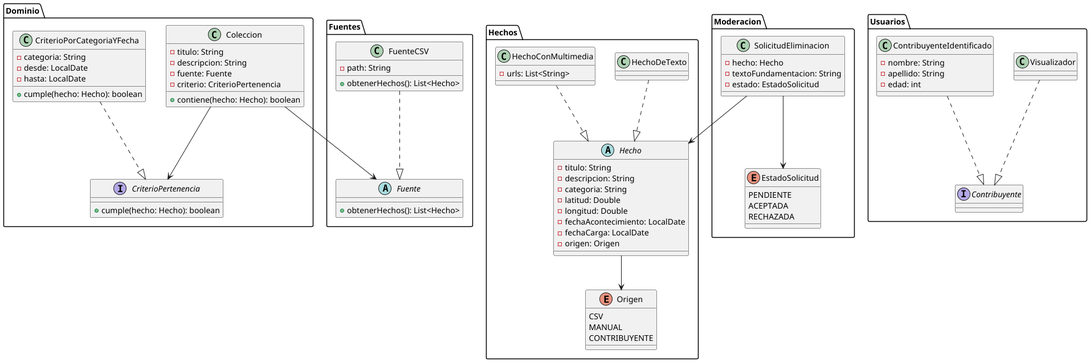
Above: Diagramas/package.png in ValentinVilla/tpa-diseno-sistemas-2025 (PlantUML), before the change.
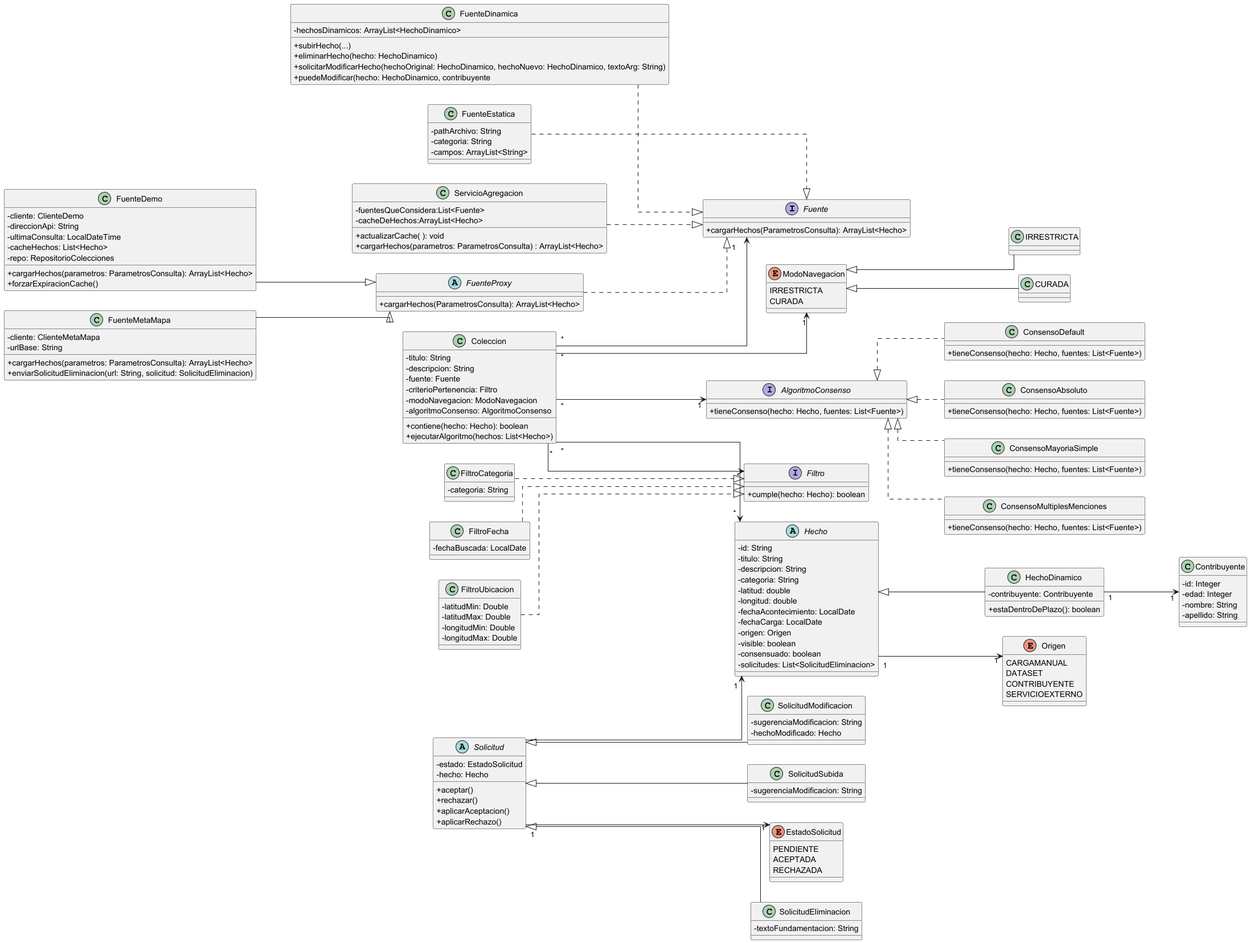
The same diagram one commit later.

Commit message:
actualizacion diagramas

Change to the diagram source:
```diff
@@ -1,101 +1,206 @@
-@startuml package
+@startuml
+skinparam classAttributeIconSize 0
+left to right direction
+skinparam linetype ortho
 
-package "Dominio" {
-  class Coleccion {
-    - titulo: String
-    - descripcion: String
-    - fuente: Fuente
-    - criterio: CriterioPertenencia
-    + contiene(hecho: Hecho): boolean
-  }
-
-  interface CriterioPertenencia {
-    + cumple(hecho: Hecho): boolean
-  }
-
-  class CriterioPorCategoriaYFecha {
-    - categoria: String
-    - desde: LocalDate
-    - hasta: LocalDate
-    + cumple(hecho: Hecho): boolean
-  }
-
-  CriterioPorCategoriaYFecha ..|> CriterioPertenencia
-  Coleccion --> CriterioPertenencia
+interface Fuente {
+  + cargarHechos(ParametrosConsulta): ArrayList<Hecho>
 }
 
-package "Hechos" {
-  abstract class Hecho {
-    - titulo: String
-    - descripcion: String
-    - categoria: String
-    - latitud: Double
-    - longitud: Double
-    - fechaAcontecimiento: LocalDate
-    - fechaCarga: LocalDate
-    - origen: Origen
-  }
-
-  class HechoDeTexto {}
-  class HechoConMultimedia {
-    - urls: List<String>
-  }
-
-  enum Origen {
-    CSV
-    MANUAL
-    CONTRIBUYENTE
-  }
-
-  HechoDeTexto ..|> Hecho
-  HechoConMultimedia ..|> Hecho
-  Hecho --> Origen
+abstract class FuenteProxy {
+  + cargarHechos(ParametrosConsulta): ArrayList<Hecho>
 }
 
-package "Fuentes" {
-  abstract class Fuente {
-    + obtenerHechos(): List<Hecho>
-  }
-
-  class FuenteCSV {
-    - path: String
-    + obtenerHechos(): List<Hecho>
-  }
-
-  FuenteCSV ..|> Fuente
-  Coleccion --> Fuente
+class FuenteDinamica {
+  - hechosDinamicos: ArrayList<HechoDinamico>
+  + subirHecho(...)
+  + eliminarHecho(hecho: HechoDinamico)
+  + solicitarModificarHecho(hechoOriginal: HechoDinamico, hechoNuevo: HechoDinamico, textoArg: String)
+  + puedeModificar(hecho: HechoDinamico, contribuyente
 }
 
-package "Usuarios" {
-  interface Contribuyente {
-  }
-
-  class Visualizador {}
-  class ContribuyenteIdentificado {
-    - nombre: String
-    - apellido: String
-    - edad: int
-  }
-
-  Visualizador ..|> Contribuyente
-  ContribuyenteIdentificado ..|> Contribuyente
+class FuenteEstatica {
+  - pathArchivo: String
+  - categoria: String
+  - campos: ArrayList<String>
 }
 
-package "Moderacion" {
-  class SolicitudEliminacion {
-    - hecho: Hecho
-    - textoFundamentacion: String
-    - estado: EstadoSolicitud
-  }
-
-  enum EstadoSolicitud {
-    PENDIENTE
-    ACEPTADA
-    RECHAZADA
-  }
-
-  SolicitudEliminacion --> Hecho
-  SolicitudEliminacion --> EstadoSolicitud
+class FuenteDemo {
+  - cliente: ClienteDemo
+  - direccionApi: String
+  - ultimaConsulta: LocalDateTime
+  - cacheHechos: List<Hecho>
+  - repo: RepositorioColecciones
+  + cargarHechos(parametros: ParametrosConsulta): ArrayList<Hecho>
+  + forzarExpiracionCache()
 }
 
+class FuenteMetaMapa {
+  - cliente: ClienteMetaMapa
+  - urlBase: String
+  + cargarHechos(parametros: ParametrosConsulta): ArrayList<Hecho>
+  + enviarSolicitudEliminacion(url: String, solicitud: SolicitudEliminacion)
+}
+
+class ServicioAgregacion{
+  - fuentesQueConsidera:List<Fuente>
+  - cacheDeHechos:ArrayList<Hecho>
+  + actualizarCache( ): void
+  + cargarHechos(parametros: ParametrosConsulta) : ArrayList<Hecho>
+}
+
+abstract class Hecho {
+  - id: String
+  - titulo: String
+  - descripcion: String
+  - categoria: String
+  - latitud: double
+  - longitud: double
+  - fechaAcontecimiento: LocalDate
+  - fechaCarga: LocalDate
+  - origen: Origen
+  - visible: boolean
+  - consensuado: boolean
+  - solicitudes: List<SolicitudEliminacion>
+}
+
+class HechoDinamico {
+  - contribuyente: Contribuyente
+  + estaDentroDePlazo(): boolean
+}
+
+enum Origen {
+  CARGAMANUAL
+  DATASET
+  CONTRIBUYENTE
+  SERVICIOEXTERNO
+}
+
+class Contribuyente {
+  - id: Integer
+  - edad: Integer
+  - nombre: String
+  - apellido: String
+}
+
+abstract class Solicitud {
+  - estado: EstadoSolicitud
+  - hecho: Hecho
+  + aceptar()
+  + rechazar()
+  + aplicarAceptacion()
+  + aplicarRechazo()
+}
+
+class SolicitudEliminacion {
+  - textoFundamentacion: String
+}
+
+class SolicitudModificacion {
+  - sugerenciaModificacion: String
+  - hechoModificado: Hecho
+}
+
+class SolicitudSubida {
+  - sugerenciaModificacion: String
+}
+
+enum EstadoSolicitud {
+  PENDIENTE
+  ACEPTADA
+  RECHAZADA
+}
+
+interface Filtro {
+  + cumple(hecho: Hecho): boolean
+}
+
+class FiltroCategoria {
+  - categoria: String
+}
+
+class FiltroFecha {
+  - fechaBuscada: LocalDate
+}
+
+class FiltroUbicacion {
+  - latitudMin: Double
+  - latitudMax: Double
+  - longitudMin: Double
+  - longitudMax: Double
+}
+
+class Coleccion {
+  - titulo: String
+  - descripcion: String
+  - fuente: Fuente
+  - criterioPertenencia: Filtro
+  - modoNavegacion: ModoNavegacion
+  - algoritmoConsenso: AlgoritmoConsenso
+  + contiene(hecho: Hecho): boolean
+  + ejecutarAlgoritmo(hechos: List<Hecho>)
+}
+
+interface AlgoritmoConsenso {
+  + tieneConsenso(hecho: Hecho, fuentes: List<Fuente>)
+}
+
+class ConsensoDefault {
+  + tieneConsenso(hecho: Hecho, fuentes: List<Fuente>)
+}
+
+class ConsensoAbsoluto {
+  + tieneConsenso(hecho: Hecho, fuentes: List<Fuente>)
+}
+
+class ConsensoMayoriaSimple {
+  + tieneConsenso(hecho: Hecho, fuentes: List<Fuente>)
+}
+
+class ConsensoMultiplesMenciones {
+  + tieneConsenso(hecho: Hecho, fuentes: List<Fuente>)
+}
+
+enum ModoNavegacion {
+  IRRESTRICTA
+  CURADA
+}
+
+FuenteDinamica ..|> Fuente
+FuenteEstatica ..|> Fuente
+ServicioAgregacion ..|> Fuente
+FuenteProxy ..|> Fuente
+FuenteDemo --|> FuenteProxy
+FuenteMetaMapa --|> FuenteProxy
+
+
+Hecho <|-- HechoDinamico
+Hecho "1"-->"1" Origen
+HechoDinamico "1"-->"1" Contribuyente
+
+Solicitud <|-- SolicitudEliminacion
+Solicitud <|-- SolicitudModificacion
+Solicitud <|-- SolicitudSubida
+Solicitud "1"-->"1"EstadoSolicitud
+Solicitud "*"-->"1" Hecho
+
+FiltroCategoria ..|> Filtro
+FiltroFecha ..|> Filtro
+FiltroUbicacion ..|> Filtro
+
+Coleccion "*"-->"1" Fuente
+Coleccion "*"-->"*" Filtro
+Coleccion "*"-->"1" AlgoritmoConsenso
+Coleccion "*"-->"1" ModoNavegacion
+Coleccion "*"-->"*"Hecho
+
+
+ModoNavegacion <|-- IRRESTRICTA
+ModoNavegacion <|-- CURADA
+
+AlgoritmoConsenso <|.. ConsensoDefault
+AlgoritmoConsenso <|.. ConsensoAbsoluto
+AlgoritmoConsenso <|.. ConsensoMayoriaSimple
+AlgoritmoConsenso <|.. ConsensoMultiplesMenciones
+
 @enduml
```
